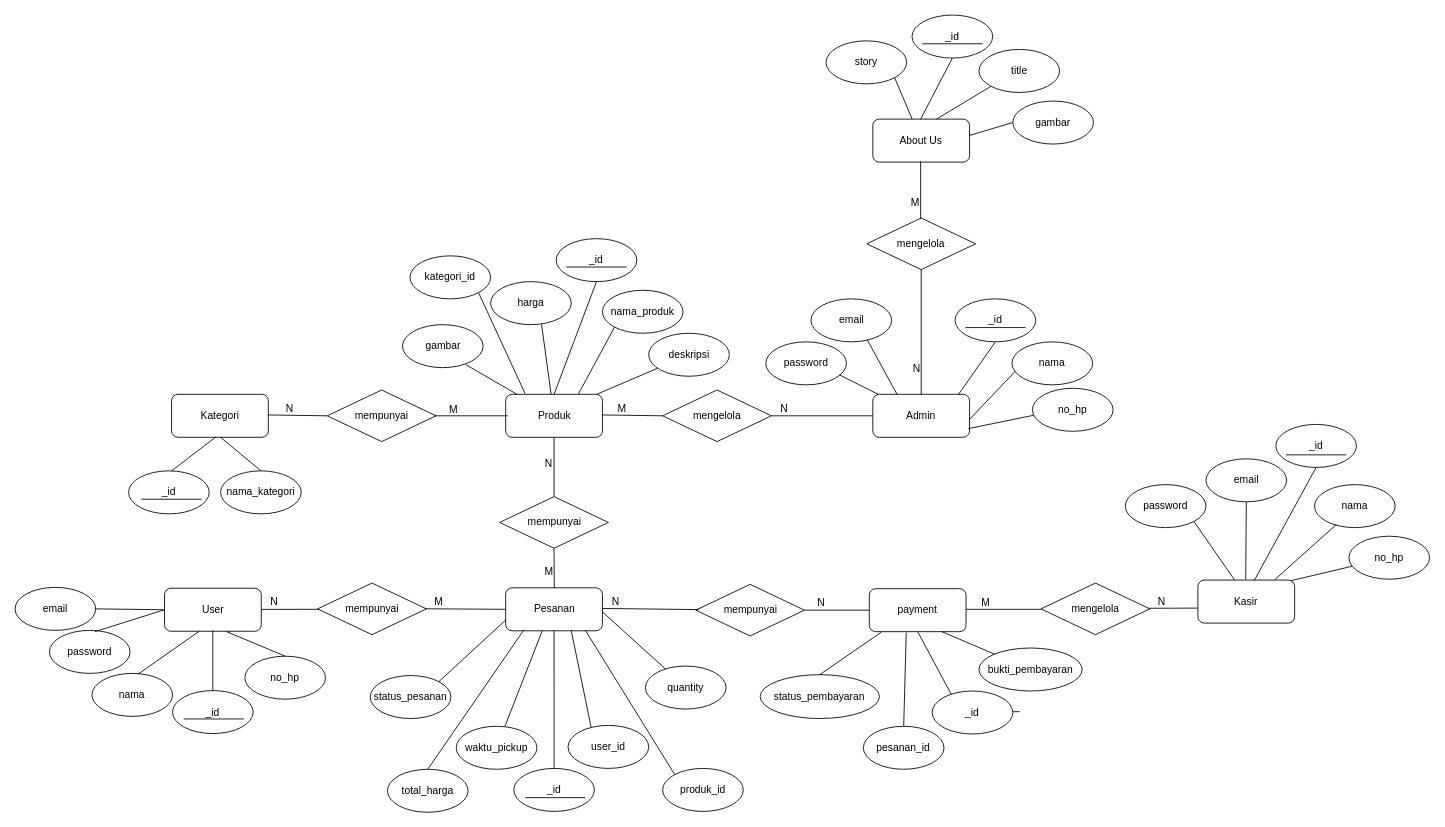
The draw.io diagram page "Halaman-2" (2 of 2) of ERD Kausa.drawio in sintariaulia/Diagram, before the edit. Source tidied: cells renumbered, new cells numbered last; positions are measured from the earlier drawing's top-left corner, leaving out a move shared by most shapes. Both pictures are drawn from the tidied source at 86%, with x=0, y=0 at pixel (15, 15).
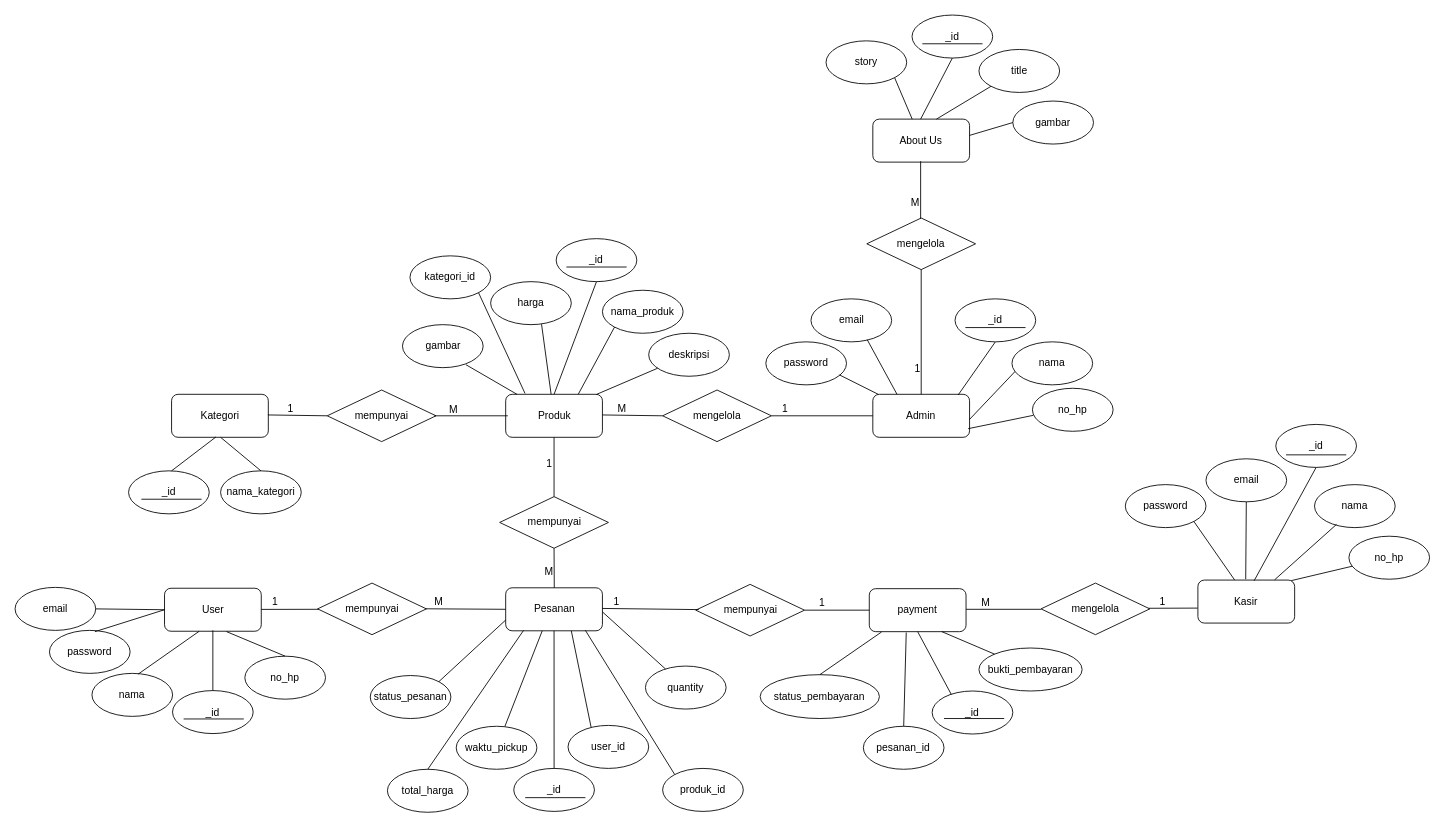
Above is the later version.

The change refers to these unchanged cells:
```xml
<mxCell id="89" value="_id" style="ellipse;whiteSpace=wrap;html=1;" parent="1" vertex="1">
  <mxGeometry x="1066.4" y="786" width="93.8" height="50" as="geometry" />
</mxCell>
<mxCell id="91" style="endArrow=none;html=1;rounded=0;entryX=1;entryY=0.5;entryDx=0;entryDy=0;exitX=0;exitY=0.5;exitDx=0;exitDy=0;" parent="1" edge="1" source="2" target="33">
  <mxGeometry relative="1" as="geometry" />
</mxCell>
<mxCell id="97" style="endArrow=none;html=1;rounded=0;exitX=0;exitY=0.5;exitDx=0;exitDy=0;" parent="1" edge="1" source="32">
  <mxGeometry relative="1" as="geometry">
    <mxPoint x="294" y="465" as="targetPoint" />
  </mxGeometry>
</mxCell>
<mxCell id="99" style="endArrow=none;html=1;rounded=0;entryX=0.5;entryY=1;entryDx=0;entryDy=0;exitX=0.5;exitY=0;exitDx=0;exitDy=0;" parent="1" edge="1" source="45" target="3">
  <mxGeometry relative="1" as="geometry" />
</mxCell>
<mxCell id="103" style="endArrow=none;html=1;rounded=0;entryX=1;entryY=0.5;entryDx=0;entryDy=0;" parent="1" edge="1">
  <mxGeometry relative="1" as="geometry">
    <mxPoint x="353" y="691" as="sourcePoint" />
    <mxPoint x="286.3" y="691.1" as="targetPoint" />
  </mxGeometry>
</mxCell>
<mxCell id="107" style="endArrow=none;html=1;rounded=0;exitX=0.028;exitY=0.489;exitDx=0;exitDy=0;exitPerimeter=0;" parent="1" edge="1" source="87">
  <mxGeometry relative="1" as="geometry">
    <mxPoint x="683" y="690" as="targetPoint" />
  </mxGeometry>
</mxCell>
<mxCell id="109" style="endArrow=none;html=1;rounded=0;entryX=1;entryY=0.5;entryDx=0;entryDy=0;exitX=0;exitY=0.5;exitDx=0;exitDy=0;" parent="1" edge="1" source="53" target="87">
  <mxGeometry relative="1" as="geometry" />
</mxCell>
<mxCell id="111" style="endArrow=none;html=1;rounded=0;entryX=0.957;entryY=0.488;entryDx=0;entryDy=0;exitX=-0.003;exitY=0.652;exitDx=0;exitDy=0;exitPerimeter=0;entryPerimeter=0;" parent="1" edge="1" source="62">
  <mxGeometry relative="1" as="geometry">
    <mxPoint x="1318.1" y="689.8" as="targetPoint" />
  </mxGeometry>
</mxCell>
<mxCell id="117" style="endArrow=none;html=1;rounded=0;entryX=0.5;entryY=0;entryDx=0;entryDy=0;exitX=0.5;exitY=1;exitDx=0;exitDy=0;" parent="1" edge="1" source="116" target="2">
  <mxGeometry relative="1" as="geometry" />
</mxCell>
```

Change to the diagram source:
```diff
@@
-    <mxCell id="58" style="endArrow=none;html=1;rounded=0;" parent="1" edge="1" source="89">
-      <mxGeometry relative="1" as="geometry">
-        <mxPoint x="1168.1" y="810" as="targetPoint" />
-      </mxGeometry>
-    </mxCell>
@@
+    <mxCell id="90" value="mengelola" style="rhombus;whiteSpace=wrap;html=1;" parent="1" vertex="1">
+      <mxGeometry x="1193" y="660.5" width="126.5" height="60" as="geometry" />
+    </mxCell>
@@
-    <mxCell id="90" value="mengelola" style="rhombus;whiteSpace=wrap;html=1;" parent="1" vertex="1">
-      <mxGeometry x="1193" y="660.5" width="126.5" height="60" as="geometry" />
-    </mxCell>
@@
-    <mxCell id="92" value="N" style="html=1;whiteSpace=wrap;align=right;verticalAlign=bottom;" parent="91" vertex="1">
+    <mxCell id="92" value="1" style="html=1;whiteSpace=wrap;align=right;verticalAlign=bottom;" parent="91" vertex="1">
       <mxGeometry x="1" relative="1" as="geometry">
         <mxPoint x="21" as="offset" />
       </mxGeometry>
     </mxCell>
@@
-    <mxCell id="98" value="N" style="html=1;whiteSpace=wrap;align=right;verticalAlign=bottom;" parent="97" vertex="1">
+    <mxCell id="98" value="1" style="html=1;whiteSpace=wrap;align=right;verticalAlign=bottom;" parent="97" vertex="1">
       <mxGeometry x="1" relative="1" as="geometry">
         <mxPoint x="31" y="1" as="offset" />
       </mxGeometry>
     </mxCell>
@@
-    <mxCell id="100" value="N" style="html=1;whiteSpace=wrap;align=right;verticalAlign=bottom;direction=south;rotation=0;" parent="99" vertex="1">
+    <mxCell id="100" value="1" style="html=1;whiteSpace=wrap;align=right;verticalAlign=bottom;direction=south;rotation=0;" parent="99" vertex="1">
       <mxGeometry x="1" relative="1" as="geometry">
         <mxPoint x="-1" y="39" as="offset" />
       </mxGeometry>
     </mxCell>
@@
-    <mxCell id="104" value="N" style="html=1;whiteSpace=wrap;align=right;verticalAlign=bottom;" parent="103" vertex="1">
+    <mxCell id="104" value="1" style="html=1;whiteSpace=wrap;align=right;verticalAlign=bottom;" parent="103" vertex="1">
       <mxGeometry x="1" relative="1" as="geometry">
         <mxPoint x="21" as="offset" />
       </mxGeometry>
     </mxCell>
@@
-    <mxCell id="108" value="N" style="html=1;whiteSpace=wrap;align=right;verticalAlign=bottom;" parent="107" vertex="1">
+    <mxCell id="108" value="1" style="html=1;whiteSpace=wrap;align=right;verticalAlign=bottom;" parent="107" vertex="1">
       <mxGeometry x="1" relative="1" as="geometry">
         <mxPoint x="21" as="offset" />
       </mxGeometry>
     </mxCell>
@@
-    <mxCell id="110" value="N" style="html=1;whiteSpace=wrap;align=right;verticalAlign=bottom;" parent="109" vertex="1">
+    <mxCell id="110" value="1" style="html=1;whiteSpace=wrap;align=right;verticalAlign=bottom;" parent="109" vertex="1">
       <mxGeometry x="1" relative="1" as="geometry">
         <mxPoint x="25" as="offset" />
       </mxGeometry>
     </mxCell>
@@
-    <mxCell id="112" value="N" style="html=1;whiteSpace=wrap;align=right;verticalAlign=bottom;" parent="111" vertex="1">
+    <mxCell id="112" value="1" style="html=1;whiteSpace=wrap;align=right;verticalAlign=bottom;" parent="111" vertex="1">
       <mxGeometry x="1" relative="1" as="geometry">
         <mxPoint x="21" as="offset" />
       </mxGeometry>
     </mxCell>
@@
-    <mxCell id="118" value="N" style="html=1;whiteSpace=wrap;align=right;verticalAlign=bottom;" parent="117" vertex="1">
+    <mxCell id="118" value="1" style="html=1;whiteSpace=wrap;align=right;verticalAlign=bottom;" parent="117" vertex="1">
       <mxGeometry x="1" relative="1" as="geometry">
         <mxPoint y="-21" as="offset" />
       </mxGeometry>
     </mxCell>
@@
+    <mxCell id="130" style="endArrow=none;html=1;rounded=0;" parent="1" edge="1">
+      <mxGeometry relative="1" as="geometry">
+        <mxPoint x="1080.2" y="818" as="sourcePoint" />
+        <mxPoint x="1150.2" y="818" as="targetPoint" />
+      </mxGeometry>
+    </mxCell>
```
